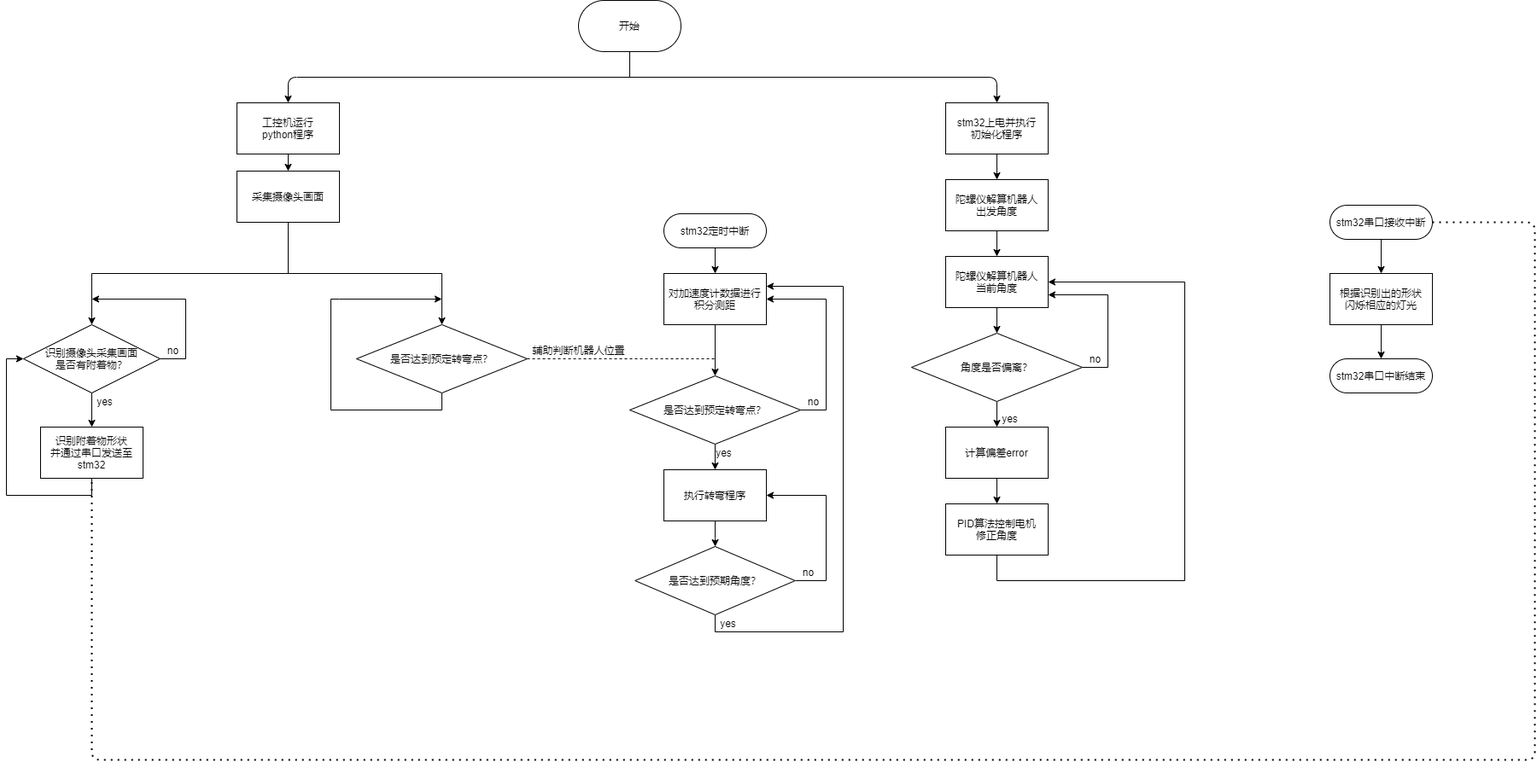
Before: test.png, a diagram exported from draw.io (RightTriangle/RightTriangle.github.io). Source tidied: cells renumbered, new cells last; positions are measured from the earlier drawing's top-left corner, leaving out a move shared by most shapes.
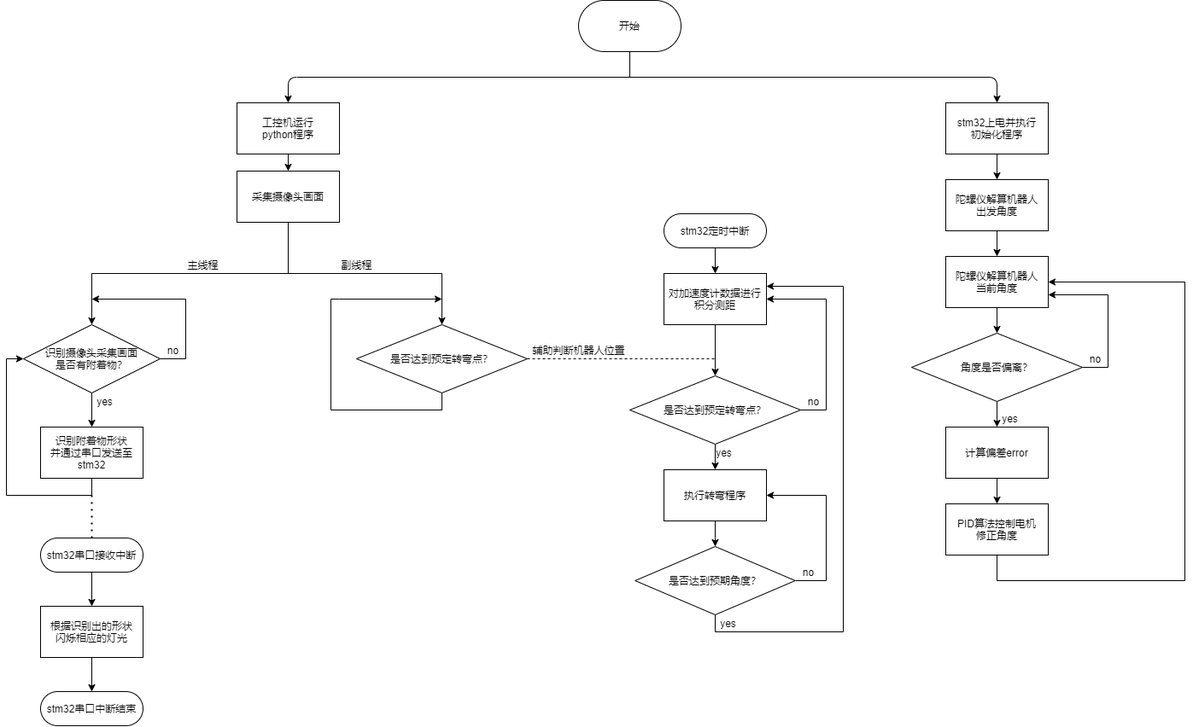
After the commit.

Diff of the diagram source:
```diff
@@ -204,33 +204,34 @@
     <mxCell id="50" value="是否达到预定转弯点？" style="rhombus;whiteSpace=wrap;html=1;" parent="1" vertex="1">
       <mxGeometry x="390" y="380" width="200" height="80" as="geometry" />
     </mxCell>
+    <mxCell id="55" value="&lt;span&gt;stm32定时中断&lt;/span&gt;" style="rounded=1;whiteSpace=wrap;html=1;arcSize=50;" parent="1" vertex="1">
+      <mxGeometry x="750" y="250" width="120" height="40" as="geometry" />
+    </mxCell>
     <mxCell id="51" style="edgeStyle=orthogonalEdgeStyle;rounded=0;jettySize=auto;html=1;exitX=0.5;exitY=1;exitDx=0;exitDy=0;" parent="1" edge="1" source="56" target="54">
       <mxGeometry relative="1" as="geometry" />
     </mxCell>
-    <mxCell id="52" style="endArrow=none;dashed=1;html=1;dashPattern=1 3;strokeWidth=2;exitX=1;exitY=0.5;exitDx=0;exitDy=0;entryX=0.5;entryY=1;entryDx=0;entryDy=0;" parent="1" edge="1" target="14">
-      <mxGeometry relative="1" as="geometry">
-        <mxPoint x="1650" y="260" as="sourcePoint" />
-        <Array as="points">
-          <mxPoint x="1770" y="260" />
-          <mxPoint x="1770" y="890" />
-          <mxPoint x="80" y="890" />
-        </Array>
-      </mxGeometry>
-    </mxCell>
     <mxCell id="53" style="edgeStyle=orthogonalEdgeStyle;rounded=0;jettySize=auto;html=1;exitX=0.5;exitY=1;exitDx=0;exitDy=0;" parent="1" edge="1" source="54" target="57">
       <mxGeometry relative="1" as="geometry" />
     </mxCell>
     <mxCell id="54" value="根据识别出的形状&lt;br&gt;闪烁相应的灯光" style="whiteSpace=wrap;html=1;" parent="1" vertex="1">
-      <mxGeometry x="1530" y="320" width="120" height="60" as="geometry" />
+      <mxGeometry x="20" y="710" width="120" height="60" as="geometry" />
     </mxCell>
-    <mxCell id="55" value="&lt;span&gt;stm32定时中断&lt;/span&gt;" style="rounded=1;whiteSpace=wrap;html=1;arcSize=50;" parent="1" vertex="1">
-      <mxGeometry x="750" y="250" width="120" height="40" as="geometry" />
-    </mxCell>
     <mxCell id="56" value="stm32串口接收中断" style="rounded=1;whiteSpace=wrap;html=1;arcSize=50;" parent="1" vertex="1">
-      <mxGeometry x="1530" y="240" width="120" height="40" as="geometry" />
+      <mxGeometry x="20" y="630" width="120" height="40" as="geometry" />
     </mxCell>
     <mxCell id="57" value="stm32串口中断结束" style="rounded=1;whiteSpace=wrap;html=1;arcSize=50;" parent="1" vertex="1">
-      <mxGeometry x="1530" y="420" width="120" height="40" as="geometry" />
+      <mxGeometry x="20" y="810" width="120" height="40" as="geometry" />
     </mxCell>
+    <mxCell id="58" style="endArrow=none;dashed=1;html=1;dashPattern=1 3;strokeWidth=2;exitX=0.5;exitY=0;exitDx=0;exitDy=0;" parent="1" edge="1" source="56">
+      <mxGeometry relative="1" as="geometry">
+        <mxPoint x="80" y="580" as="targetPoint" />
+      </mxGeometry>
+    </mxCell>
+    <mxCell id="59" value="主线程" style="text;html=1;align=center;verticalAlign=middle;strokeColor=none;" parent="1" vertex="1">
+      <mxGeometry x="185" y="300" width="50" height="20" as="geometry" />
+    </mxCell>
+    <mxCell id="60" value="副线程" style="text;html=1;align=center;verticalAlign=middle;strokeColor=none;" parent="1" vertex="1">
+      <mxGeometry x="365" y="300" width="50" height="20" as="geometry" />
+    </mxCell>
   </root>
 </mxGraphModel>
```
